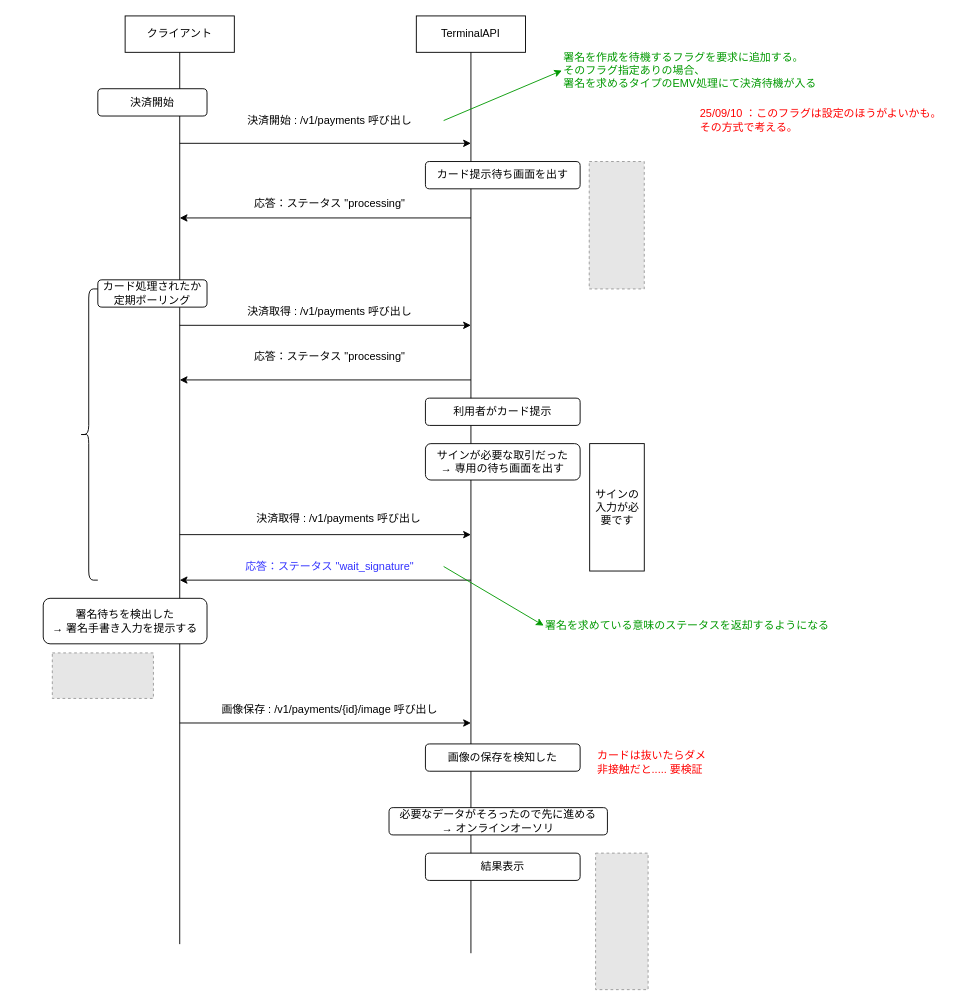
Above: page "フロー" (2 of 2) of feature/電子サイン/obj/image.drawio in kyoshizawa/kywiki (draw.io), before the change. Source tidied: cells renumbered, new cells numbered last; positions are measured from the earlier drawing's top-left corner, leaving out a move shared by most shapes. Both pictures are drawn from the tidied source at 91%, with x=0, y=0 at pixel (43, 15). Pictures stored in the file or linked from it are replaced by grey dashed boxes.
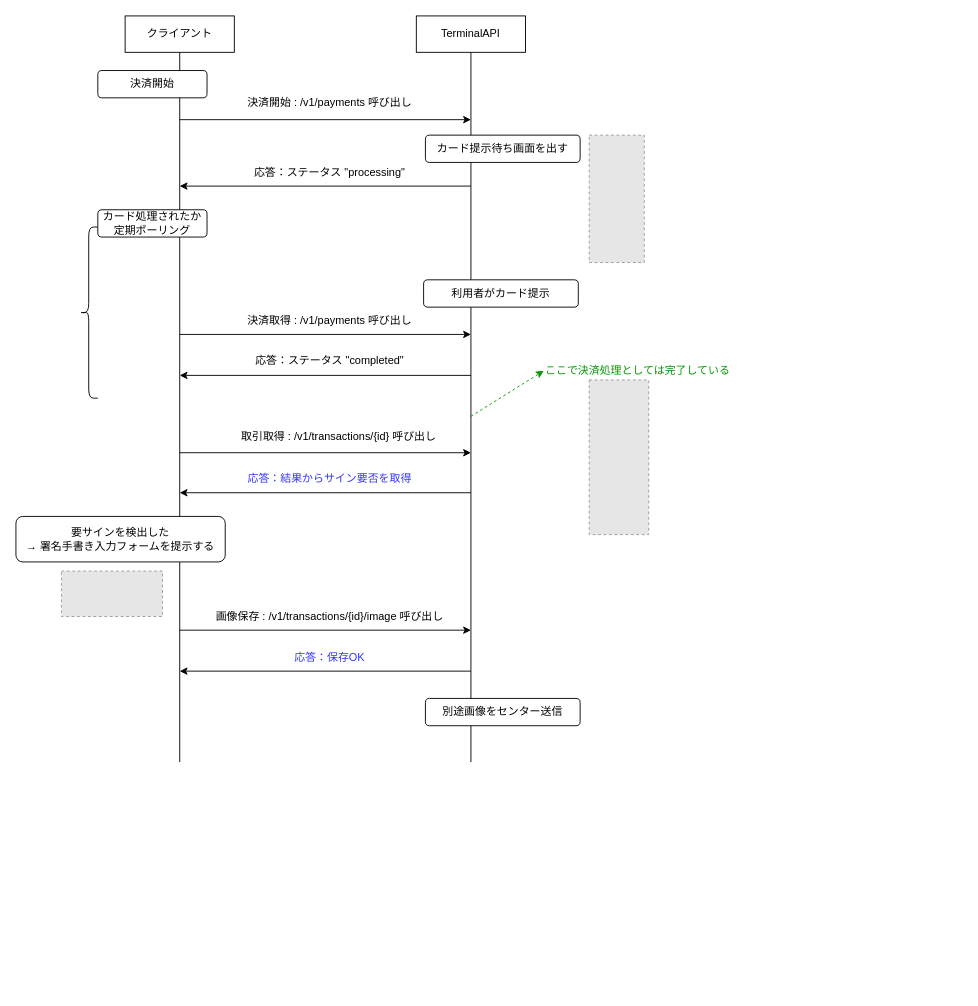
The same page after the edit.

Unchanged cells that the change refers to:
```xml
<mxCell id="2" value="クライアント" style="rounded=0;whiteSpace=wrap;html=1;" parent="1" vertex="1">
  <mxGeometry x="90" width="120" height="40" as="geometry" />
</mxCell>
<mxCell id="3" value="TerminalAPI" style="rounded=0;whiteSpace=wrap;html=1;" parent="1" vertex="1">
  <mxGeometry x="410" width="120" height="40" as="geometry" />
</mxCell>
```

Change to the diagram source:
```diff
@@
     <mxCell id="4" style="endArrow=none;html=1;rounded=0;" parent="1" edge="1" target="2">
       <mxGeometry relative="1" as="geometry">
-        <mxPoint x="150" y="1020" as="sourcePoint" />
+        <mxPoint x="150" y="820" as="sourcePoint" />
       </mxGeometry>
     </mxCell>
     <mxCell id="5" style="endArrow=none;html=1;rounded=0;entryX=0.5;entryY=1;entryDx=0;entryDy=0;" parent="1" edge="1" target="3">
       <mxGeometry relative="1" as="geometry">
-        <mxPoint x="470" y="1030" as="sourcePoint" />
+        <mxPoint x="470" y="820" as="sourcePoint" />
       </mxGeometry>
     </mxCell>
     <mxCell id="6" value="決済開始" style="rounded=1;whiteSpace=wrap;html=1;" parent="1" vertex="1">
-      <mxGeometry x="60" y="80" width="120" height="30" as="geometry" />
+      <mxGeometry x="60" y="60" width="120" height="30" as="geometry" />
     </mxCell>
     <mxCell id="7" style="endArrow=classic;html=1;rounded=0;" parent="1" edge="1">
       <mxGeometry relative="1" as="geometry">
-        <mxPoint x="150" y="140" as="sourcePoint" />
-        <mxPoint x="470" y="140" as="targetPoint" />
+        <mxPoint x="150" y="114" as="sourcePoint" />
+        <mxPoint x="470" y="114" as="targetPoint" />
       </mxGeometry>
     </mxCell>
     <mxCell id="8" value="決済開始 : /v1/payments 呼び出し" style="text;html=1;align=center;verticalAlign=middle;whiteSpace=wrap;rounded=0;" parent="1" vertex="1">
-      <mxGeometry x="190" y="100" width="250" height="30" as="geometry" />
+      <mxGeometry x="190" y="81" width="250" height="30" as="geometry" />
     </mxCell>
-    <mxCell id="9" value="署名を作成を待機するフラグを要求に追加する。&lt;div&gt;そのフラグ指定ありの場合、&lt;/div&gt;&lt;div&gt;署名を求めるタイプのEMV処理にて決済待機が入る&lt;/div&gt;" style="text;html=1;align=left;verticalAlign=middle;whiteSpace=wrap;rounded=0;fontColor=#009900;" parent="1" vertex="1">
-      <mxGeometry x="570" y="20" width="290" height="80" as="geometry" />
-    </mxCell>
-    <mxCell id="10" style="endArrow=classic;html=1;rounded=0;exitX=1;exitY=0.5;exitDx=0;exitDy=0;entryX=0;entryY=0.5;entryDx=0;entryDy=0;fontColor=#009900;strokeColor=#009900;" parent="1" edge="1" source="8" target="9">
-      <mxGeometry relative="1" as="geometry" />
-    </mxCell>
     <mxCell id="11" value="カード提示待ち画面を出す" style="rounded=1;whiteSpace=wrap;html=1;" parent="1" vertex="1">
-      <mxGeometry x="420" y="160" width="170" height="30" as="geometry" />
+      <mxGeometry x="420" y="131" width="170" height="30" as="geometry" />
     </mxCell>
     <mxCell id="12" style="fillColor=#E6E6E6;strokeColor=#999999;dashed=1;verticalLabelPosition=bottom;labelBackgroundColor=default;verticalAlign=top;" parent="1" vertex="1">
-      <mxGeometry x="600" y="160" width="60.5" height="140" as="geometry" />
+      <mxGeometry x="600" y="131" width="60.5" height="140" as="geometry" />
     </mxCell>
     <mxCell id="13" style="endArrow=classic;html=1;rounded=0;" parent="1" edge="1">
       <mxGeometry relative="1" as="geometry">
-        <mxPoint x="470" y="222" as="sourcePoint" />
-        <mxPoint x="150" y="222" as="targetPoint" />
+        <mxPoint x="470" y="187" as="sourcePoint" />
+        <mxPoint x="150" y="187" as="targetPoint" />
       </mxGeometry>
     </mxCell>
     <mxCell id="14" value="応答：ステータス &quot;processing&quot;" style="text;html=1;align=center;verticalAlign=middle;whiteSpace=wrap;rounded=0;" parent="1" vertex="1">
-      <mxGeometry x="190" y="192" width="250" height="30" as="geometry" />
+      <mxGeometry x="190" y="157" width="250" height="30" as="geometry" />
     </mxCell>
     <mxCell id="15" value="カード処理されたか定期ポーリング" style="rounded=1;whiteSpace=wrap;html=1;" parent="1" vertex="1">
-      <mxGeometry x="60" y="290" width="120" height="30" as="geometry" />
+      <mxGeometry x="60" y="213" width="120" height="30" as="geometry" />
     </mxCell>
     <mxCell id="16" style="shape=curlyBracket;whiteSpace=wrap;html=1;rounded=1;labelPosition=left;verticalLabelPosition=middle;align=right;verticalAlign=middle;" parent="1" vertex="1">
-      <mxGeometry x="40" y="300" width="20" height="320" as="geometry" />
+      <mxGeometry x="40" y="232" width="20" height="188" as="geometry" />
     </mxCell>
     <mxCell id="17" style="endArrow=classic;html=1;rounded=0;" parent="1" edge="1">
       <mxGeometry relative="1" as="geometry">
-        <mxPoint x="150" y="340" as="sourcePoint" />
-        <mxPoint x="470" y="340" as="targetPoint" />
+        <mxPoint x="150" y="350" as="sourcePoint" />
+        <mxPoint x="470" y="350" as="targetPoint" />
       </mxGeometry>
     </mxCell>
     <mxCell id="18" value="決済取得 : /v1/payments 呼び出し" style="text;html=1;align=center;verticalAlign=middle;whiteSpace=wrap;rounded=0;" parent="1" vertex="1">
-      <mxGeometry x="190" y="310" width="250" height="30" as="geometry" />
+      <mxGeometry x="190" y="320" width="250" height="30" as="geometry" />
     </mxCell>
-    <mxCell id="19" value="応答：ステータス &quot;processing&quot;" style="text;html=1;align=center;verticalAlign=middle;whiteSpace=wrap;rounded=0;" parent="1" vertex="1">
-      <mxGeometry x="190" y="360" width="250" height="30" as="geometry" />
+    <mxCell id="19" value="応答：ステータス &quot;completed&quot;" style="text;html=1;align=center;verticalAlign=middle;whiteSpace=wrap;rounded=0;" parent="1" vertex="1">
+      <mxGeometry x="190" y="364" width="250" height="30" as="geometry" />
     </mxCell>
     <mxCell id="20" style="endArrow=classic;html=1;rounded=0;" parent="1" edge="1">
       <mxGeometry relative="1" as="geometry">
-        <mxPoint x="470" y="400" as="sourcePoint" />
-        <mxPoint x="150" y="400" as="targetPoint" />
+        <mxPoint x="470" y="395" as="sourcePoint" />
+        <mxPoint x="150" y="395" as="targetPoint" />
       </mxGeometry>
     </mxCell>
     <mxCell id="21" style="endArrow=classic;html=1;rounded=0;" parent="1" edge="1">
       <mxGeometry relative="1" as="geometry">
-        <mxPoint x="470" y="620" as="sourcePoint" />
-        <mxPoint x="150" y="620" as="targetPoint" />
+        <mxPoint x="470" y="524" as="sourcePoint" />
+        <mxPoint x="150" y="524" as="targetPoint" />
       </mxGeometry>
     </mxCell>
-    <mxCell id="22" value="応答：ステータス &quot;wait_signature&quot;" style="text;html=1;align=center;verticalAlign=middle;whiteSpace=wrap;rounded=0;fontColor=#3333FF;" parent="1" vertex="1">
-      <mxGeometry x="190" y="590" width="250" height="30" as="geometry" />
+    <mxCell id="22" value="応答：結果からサイン要否を取得" style="text;html=1;align=center;verticalAlign=middle;whiteSpace=wrap;rounded=0;fontColor=#3333FF;" parent="1" vertex="1">
+      <mxGeometry x="190" y="494" width="250" height="30" as="geometry" />
     </mxCell>
-    <mxCell id="23" value="署名を求めている意味のステータスを返却するようになる" style="text;html=1;align=left;verticalAlign=middle;whiteSpace=wrap;rounded=0;fontColor=#009900;" parent="1" vertex="1">
-      <mxGeometry x="550" y="650" width="330" height="40" as="geometry" />
+    <mxCell id="23" value="ここで決済処理としては完了している" style="text;html=1;align=left;verticalAlign=middle;whiteSpace=wrap;rounded=0;fontColor=#009900;" parent="1" vertex="1">
+      <mxGeometry x="550" y="370" width="330" height="40" as="geometry" />
     </mxCell>
-    <mxCell id="24" style="endArrow=classic;html=1;rounded=0;entryX=0;entryY=0.5;entryDx=0;entryDy=0;fontColor=#009900;strokeColor=#009900;exitX=1;exitY=0.5;exitDx=0;exitDy=0;" parent="1" edge="1" source="22" target="23">
-      <mxGeometry relative="1" as="geometry" />
+    <mxCell id="24" style="endArrow=classic;html=1;rounded=0;entryX=0;entryY=0.5;entryDx=0;entryDy=0;fontColor=#009900;strokeColor=#009900;dashed=1;" parent="1" edge="1" target="23">
+      <mxGeometry relative="1" as="geometry">
+        <mxPoint x="470" y="440" as="sourcePoint" />
+      </mxGeometry>
     </mxCell>
-    <mxCell id="25" value="&lt;div&gt;サインが必要な取引だった&lt;/div&gt;&lt;div&gt;→ 専用の待ち画面を出す&lt;/div&gt;" style="rounded=1;whiteSpace=wrap;html=1;" parent="1" vertex="1">
-      <mxGeometry x="420" y="470" width="170" height="40" as="geometry" />
-    </mxCell>
-    <mxCell id="26" value="サインの入力が必要です" style="rounded=0;whiteSpace=wrap;html=1;" parent="1" vertex="1">
-      <mxGeometry x="600.5" y="470" width="60" height="140" as="geometry" />
-    </mxCell>
     <mxCell id="27" value="利用者がカード提示" style="rounded=1;whiteSpace=wrap;html=1;" parent="1" vertex="1">
-      <mxGeometry x="420" y="420" width="170" height="30" as="geometry" />
+      <mxGeometry x="418" y="290" width="170" height="30" as="geometry" />
     </mxCell>
     <mxCell id="28" style="endArrow=classic;html=1;rounded=0;" parent="1" edge="1">
       <mxGeometry relative="1" as="geometry">
-        <mxPoint x="150" y="570" as="sourcePoint" />
-        <mxPoint x="470" y="570" as="targetPoint" />
+        <mxPoint x="150" y="480" as="sourcePoint" />
+        <mxPoint x="470" y="480" as="targetPoint" />
       </mxGeometry>
     </mxCell>
-    <mxCell id="29" value="決済取得 : /v1/payments 呼び出し" style="text;html=1;align=center;verticalAlign=middle;whiteSpace=wrap;rounded=0;" parent="1" vertex="1">
-      <mxGeometry x="200" y="538" width="250" height="30" as="geometry" />
+    <mxCell id="29" value="取引取得 : /v1/transactions/{id} 呼び出し" style="text;html=1;align=center;verticalAlign=middle;whiteSpace=wrap;rounded=0;" parent="1" vertex="1">
+      <mxGeometry x="200" y="448" width="250" height="30" as="geometry" />
     </mxCell>
-    <mxCell id="30" value="署名待ちを検出した&lt;div&gt;→ 署名手書き入力を提示する&lt;/div&gt;" style="rounded=1;whiteSpace=wrap;html=1;" parent="1" vertex="1">
-      <mxGeometry y="640" width="180" height="50" as="geometry" />
+    <mxCell id="30" value="要サインを検出した&lt;div&gt;→ 署名手書き入力フォームを提示する&lt;/div&gt;" style="rounded=1;whiteSpace=wrap;html=1;" parent="1" vertex="1">
+      <mxGeometry x="-30" y="550" width="230" height="50" as="geometry" />
     </mxCell>
     <mxCell id="31" style="fillColor=#E6E6E6;strokeColor=#999999;dashed=1;verticalLabelPosition=bottom;labelBackgroundColor=default;verticalAlign=top;" parent="1" vertex="1">
-      <mxGeometry x="10" y="700" width="111.1" height="50" as="geometry" />
+      <mxGeometry x="20" y="610" width="111.1" height="50" as="geometry" />
     </mxCell>
     <mxCell id="32" style="endArrow=classic;html=1;rounded=0;" parent="1" edge="1">
       <mxGeometry relative="1" as="geometry">
-        <mxPoint x="150" y="777" as="sourcePoint" />
-        <mxPoint x="470" y="777" as="targetPoint" />
+        <mxPoint x="150" y="675" as="sourcePoint" />
+        <mxPoint x="470" y="675" as="targetPoint" />
       </mxGeometry>
     </mxCell>
-    <mxCell id="33" value="画像保存 : /v1/payments/{id}/image 呼び出し" style="text;html=1;align=center;verticalAlign=middle;whiteSpace=wrap;rounded=0;" parent="1" vertex="1">
-      <mxGeometry x="190" y="747" width="250" height="30" as="geometry" />
+    <mxCell id="33" value="画像保存 : /v1/transactions/{id}/image 呼び出し" style="text;html=1;align=center;verticalAlign=middle;whiteSpace=wrap;rounded=0;" parent="1" vertex="1">
+      <mxGeometry x="175" y="645" width="280" height="30" as="geometry" />
     </mxCell>
-    <mxCell id="34" value="画像の保存を検知した" style="rounded=1;whiteSpace=wrap;html=1;" parent="1" vertex="1">
-      <mxGeometry x="420" y="800" width="170" height="30" as="geometry" />
-    </mxCell>
-    <mxCell id="35" value="カードは抜いたらダメ&lt;div&gt;非接触だと..... 要検証&lt;/div&gt;" style="text;html=1;align=left;verticalAlign=middle;whiteSpace=wrap;rounded=0;fontColor=#FF0000;" parent="1" vertex="1">
-      <mxGeometry x="607" y="800" width="150" height="40" as="geometry" />
-    </mxCell>
-    <mxCell id="36" value="必要なデータがそろったので先に進める&lt;div&gt;→ オンラインオーソリ&lt;/div&gt;" style="rounded=1;whiteSpace=wrap;html=1;" parent="1" vertex="1">
-      <mxGeometry x="380" y="870" width="240" height="30" as="geometry" />
-    </mxCell>
-    <mxCell id="37" value="結果表示" style="rounded=1;whiteSpace=wrap;html=1;" parent="1" vertex="1">
-      <mxGeometry x="420" y="920" width="170" height="30" as="geometry" />
+    <mxCell id="37" value="別途画像をセンター送信" style="rounded=1;whiteSpace=wrap;html=1;" parent="1" vertex="1">
+      <mxGeometry x="420" y="750" width="170" height="30" as="geometry" />
     </mxCell>
     <mxCell id="38" style="fillColor=#E6E6E6;strokeColor=#999999;dashed=1;verticalLabelPosition=bottom;labelBackgroundColor=default;verticalAlign=top;" parent="1" vertex="1">
-      <mxGeometry x="607" y="920" width="57.7" height="150" as="geometry" />
+      <mxGeometry x="600" y="400" width="65.4" height="170" as="geometry" />
     </mxCell>
-    <mxCell id="39" value="&lt;font style=&quot;color: rgb(255, 0, 0);&quot;&gt;25/09/10 ：このフラグは設定のほうがよいかも。&lt;/font&gt;&lt;div&gt;&lt;font style=&quot;color: rgb(255, 0, 0);&quot;&gt;その方式で考える。&lt;/font&gt;&lt;/div&gt;" style="text;html=1;align=left;verticalAlign=middle;whiteSpace=wrap;rounded=0;fontColor=#009900;" parent="1" vertex="1">
-      <mxGeometry x="720" y="75" width="290" height="80" as="geometry" />
-    </mxCell>
+    <mxCell id="40" style="endArrow=classic;html=1;rounded=0;" parent="1" edge="1">
+      <mxGeometry relative="1" as="geometry">
+        <mxPoint x="470" y="720" as="sourcePoint" />
+        <mxPoint x="150" y="720" as="targetPoint" />
+      </mxGeometry>
+    </mxCell>
+    <mxCell id="41" value="応答：保存OK" style="text;html=1;align=center;verticalAlign=middle;whiteSpace=wrap;rounded=0;fontColor=#3333FF;" parent="1" vertex="1">
+      <mxGeometry x="190" y="690" width="250" height="30" as="geometry" />
+    </mxCell>
```
